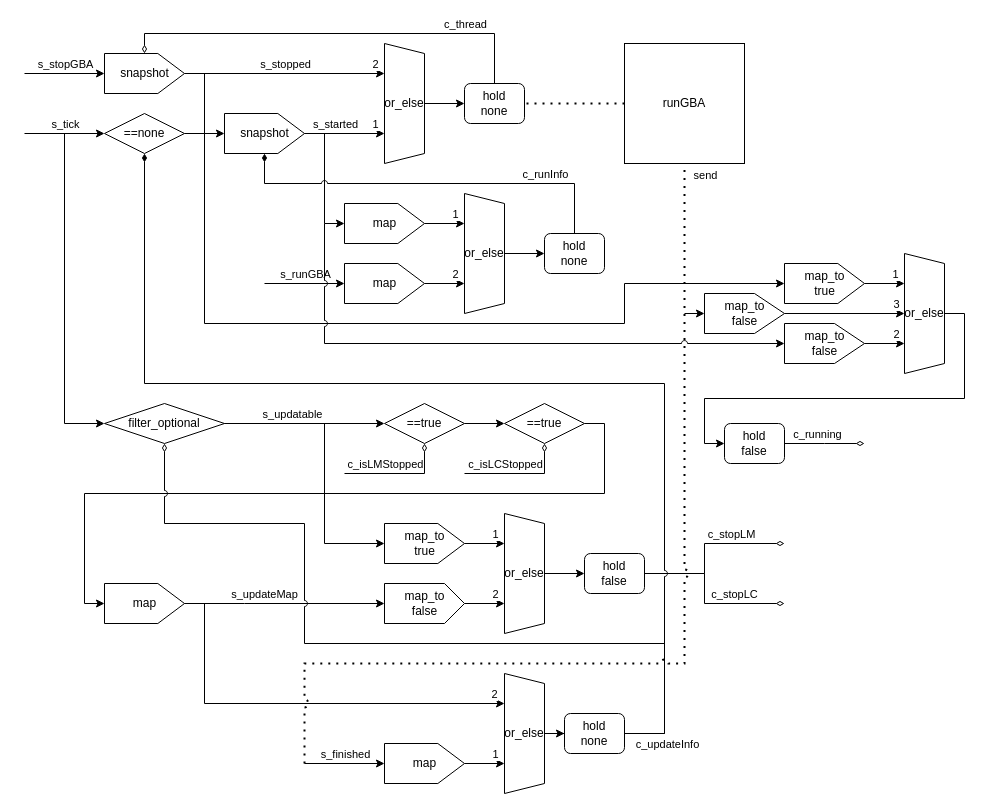
suzuki-taro-unofficial/ORB-SLAM3-decoding keeps this draw.io diagram as doc/2024-12-09_semi/images/GBAManager.drawio. Above is the earlier version. Source tidied: cells renumbered, new cells numbered last; positions are measured from the earlier drawing's top-left corner, leaving out a move shared by most shapes. Both pictures are drawn from the tidied source at 100%, with x=0, y=0 at pixel (24, 43).
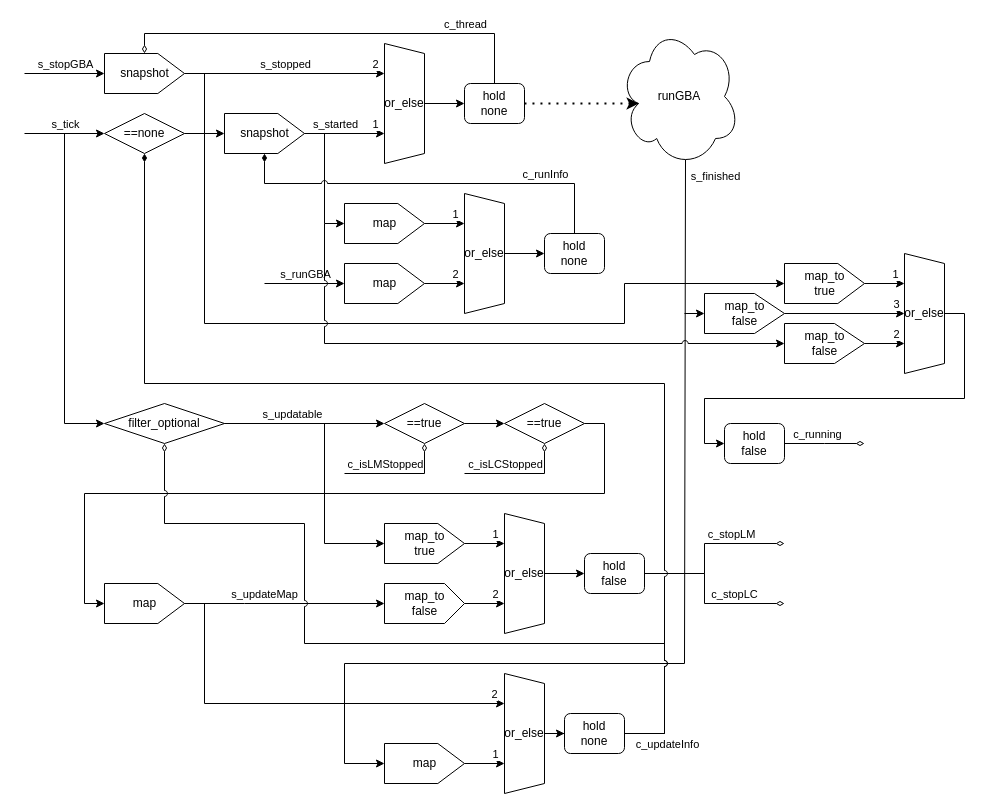
Above is the later version.

Commit message (it also covers changes not shown here):
docs: update GBAManager network diagram

The change refers to these unchanged cells:
```xml
<mxCell id="14" value="hold&lt;div&gt;none&lt;/div&gt;" style="rounded=1;whiteSpace=wrap;html=1;" parent="1" vertex="1">
  <mxGeometry x="440" y="40" width="60" height="40" as="geometry" />
</mxCell>
<mxCell id="68" value="map" style="verticalLabelPosition=middle;verticalAlign=middle;html=1;shape=offPageConnector;rounded=0;size=0.3333333333333333;direction=north;labelPosition=center;align=center;" parent="1" vertex="1">
  <mxGeometry x="360" y="700" width="80" height="40" as="geometry" />
</mxCell>
```

The edit, as a diff of the source:
```diff
@@
-    <mxCell id="64" style="endArrow=classic;html=1;rounded=0;entryX=0.5;entryY=0;entryDx=0;entryDy=0;" parent="1" edge="1" target="68">
+    <mxCell id="64" style="endArrow=classic;html=1;rounded=0;entryX=0.5;entryY=0;entryDx=0;entryDy=0;exitX=0.55;exitY=0.95;exitDx=0;exitDy=0;exitPerimeter=0;" parent="1" edge="1" source="73" target="68">
       <mxGeometry relative="1" as="geometry">
-        <mxPoint x="280" y="720" as="sourcePoint" />
+        <Array as="points">
+          <mxPoint x="660" y="620" />
+          <mxPoint x="320" y="620" />
+          <mxPoint x="320" y="720" />
+        </Array>
       </mxGeometry>
     </mxCell>
     <mxCell id="65" value="s_finished" style="edgeLabel;html=1;align=center;verticalAlign=middle;" parent="64" vertex="1">
       <mxGeometry x="-0.34" y="-1" relative="1" as="geometry">
-        <mxPoint x="14" y="-11" as="offset" />
+        <mxPoint x="31" y="-308" as="offset" />
       </mxGeometry>
     </mxCell>
@@
-    <mxCell id="73" value="runGBA" style="whiteSpace=wrap;html=1;" parent="1" vertex="1">
-      <mxGeometry x="600" width="120" height="120" as="geometry" />
-    </mxCell>
-    <mxCell id="74" style="endArrow=none;dashed=1;html=1;dashPattern=1 3;strokeWidth=2;rounded=0;entryX=1;entryY=0.5;entryDx=0;entryDy=0;exitX=0;exitY=0.5;exitDx=0;exitDy=0;" parent="1" edge="1" source="73" target="14">
-      <mxGeometry relative="1" as="geometry" />
+    <mxCell id="74" style="endArrow=none;dashed=1;html=1;dashPattern=1 3;strokeWidth=2;rounded=0;entryX=1;entryY=0.5;entryDx=0;entryDy=0;exitX=0.16;exitY=0.55;exitDx=0;exitDy=0;exitPerimeter=0;endFill=0;startArrow=classic;startFill=1;" parent="1" edge="1" source="73" target="14">
+      <mxGeometry relative="1" as="geometry">
+        <Array as="points">
+          <mxPoint x="560" y="60" />
+        </Array>
+      </mxGeometry>
     </mxCell>
-    <mxCell id="75" style="endArrow=none;dashed=1;html=1;dashPattern=1 3;strokeWidth=2;rounded=0;entryX=0.5;entryY=1;entryDx=0;entryDy=0;jumpStyle=arc;" parent="1" edge="1" target="73">
-      <mxGeometry relative="1" as="geometry">
-        <mxPoint x="280" y="720" as="sourcePoint" />
-        <Array as="points">
-          <mxPoint x="280" y="620" />
-          <mxPoint x="460" y="620" />
-          <mxPoint x="660" y="620" />
-          <mxPoint x="660" y="290" />
-          <mxPoint x="660" y="280" />
-        </Array>
-      </mxGeometry>
-    </mxCell>
-    <mxCell id="76" value="send" style="edgeLabel;html=1;align=center;verticalAlign=middle;" parent="75" vertex="1">
-      <mxGeometry x="0.95" y="3" relative="1" as="geometry">
-        <mxPoint x="23" y="-13" as="offset" />
-      </mxGeometry>
-    </mxCell>
@@
+    <mxCell id="73" value="runGBA" style="ellipse;shape=cloud;whiteSpace=wrap;html=1;" parent="1" vertex="1">
+      <mxGeometry x="595" y="-17" width="120" height="140" as="geometry" />
+    </mxCell>
```
